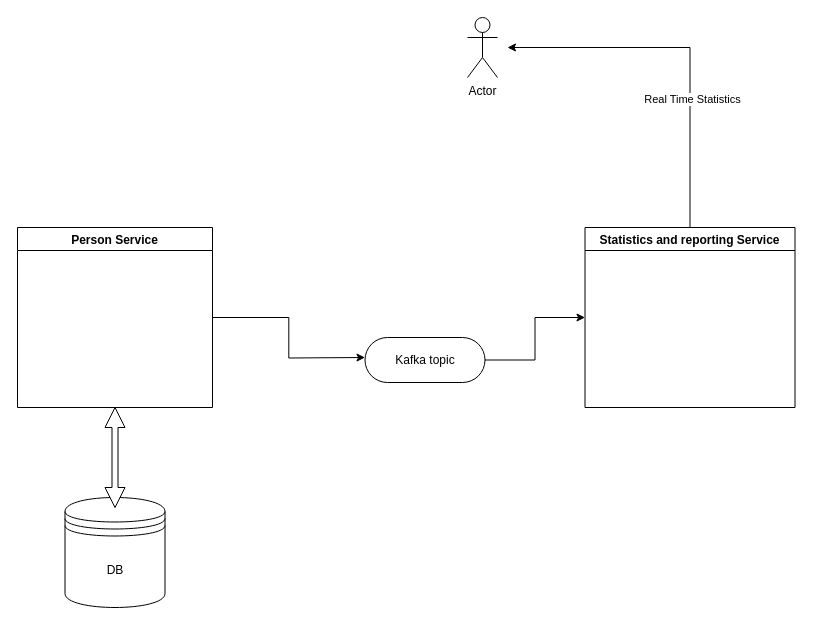
mariankostea/person-service keeps this draw.io diagram as PersonService.drawio. Above is the earlier version. Source tidied: cells renumbered, new cells numbered last; positions are measured from the earlier drawing's top-left corner, leaving out a move shared by most shapes. Both pictures are drawn from the tidied source at 100%, with x=0, y=0 at pixel (17, 17).
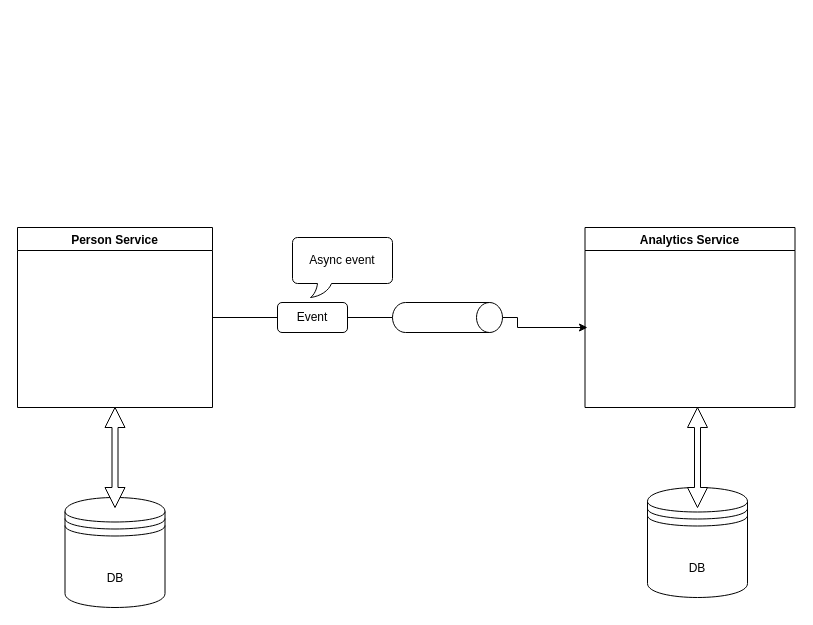
The same page after the edit.

Change to the diagram source:
```diff
@@
 <mxGraphModel>
   <root>
     <mxCell id="0" />
     <mxCell id="1" parent="0" />
-    <mxCell id="2" style="edgeStyle=orthogonalEdgeStyle;rounded=0;jettySize=auto;html=1;exitX=1;exitY=0.5;exitDx=0;exitDy=0;" parent="1" edge="1" source="3">
+    <mxCell id="2" style="edgeStyle=orthogonalEdgeStyle;rounded=0;jettySize=auto;html=1;exitX=1;exitY=0.5;exitDx=0;exitDy=0;startArrow=none;" parent="1" edge="1" source="14">
       <mxGeometry relative="1" as="geometry">
-        <mxPoint x="347.5" y="340" as="targetPoint" />
+        <mxPoint x="570" y="310" as="targetPoint" />
+        <Array as="points">
+          <mxPoint x="500" y="300" />
+          <mxPoint x="500" y="310" />
+        </Array>
       </mxGeometry>
     </mxCell>
     <mxCell id="3" value="Person Service" style="swimlane;startSize=23;" parent="1" vertex="1">
       <mxGeometry y="210" width="195" height="180" as="geometry" />
     </mxCell>
-    <mxCell id="4" value="DB&lt;br&gt;" style="shape=datastore;whiteSpace=wrap;html=1;" parent="1" vertex="1">
+    <mxCell id="4" value="&lt;br&gt;DB" style="shape=datastore;whiteSpace=wrap;html=1;" parent="1" vertex="1">
       <mxGeometry x="47.5" y="480" width="100" height="110" as="geometry" />
     </mxCell>
     <mxCell id="5" style="shape=doubleArrow;whiteSpace=wrap;html=1;rotation=-90;" parent="1" vertex="1">
       <mxGeometry x="47.5" y="430" width="100" height="20" as="geometry" />
     </mxCell>
-    <mxCell id="6" style="edgeStyle=orthogonalEdgeStyle;rounded=0;jettySize=auto;html=1;" parent="1" edge="1" source="8">
-      <mxGeometry relative="1" as="geometry">
-        <mxPoint x="490" y="30" as="targetPoint" />
-        <Array as="points">
-          <mxPoint x="673" y="30" />
-        </Array>
-      </mxGeometry>
-    </mxCell>
-    <mxCell id="7" value="Real Time Statistics" style="edgeLabel;html=1;align=center;verticalAlign=middle;" parent="6" vertex="1">
-      <mxGeometry x="-0.29" y="-1" relative="1" as="geometry">
-        <mxPoint x="1" as="offset" />
-      </mxGeometry>
-    </mxCell>
-    <mxCell id="8" value="Statistics and reporting Service" style="swimlane;" parent="1" vertex="1">
+    <mxCell id="8" value="Analytics Service" style="swimlane;" parent="1" vertex="1">
       <mxGeometry x="567.5" y="210" width="210" height="180" as="geometry" />
     </mxCell>
-    <mxCell id="9" style="edgeStyle=orthogonalEdgeStyle;rounded=0;jettySize=auto;html=1;exitX=1;exitY=0.5;exitDx=0;exitDy=0;entryX=0;entryY=0.5;entryDx=0;entryDy=0;" parent="1" edge="1" source="10" target="8">
-      <mxGeometry relative="1" as="geometry" />
-    </mxCell>
-    <mxCell id="10" value="Kafka topic" style="whiteSpace=wrap;html=1;rounded=1;arcSize=50;align=center;verticalAlign=middle;strokeWidth=1;spacing=4;newEdgeStyle={&quot;edgeStyle&quot;:&quot;entityRelationEdgeStyle&quot;,&quot;startArrow&quot;:&quot;none&quot;,&quot;endArrow&quot;:&quot;none&quot;,&quot;segment&quot;:10,&quot;curved&quot;:1};" parent="1" vertex="1">
-      <mxGeometry x="347.5" y="320" width="120" height="45" as="geometry" />
-    </mxCell>
-    <mxCell id="11" value="Actor" style="shape=umlActor;verticalLabelPosition=bottom;verticalAlign=top;html=1;" parent="1" vertex="1">
-      <mxGeometry x="450" width="30" height="60" as="geometry" />
-    </mxCell>
+    <mxCell id="12" value="&lt;br&gt;DB" style="shape=datastore;whiteSpace=wrap;html=1;" parent="1" vertex="1">
+      <mxGeometry x="630" y="470" width="100" height="110" as="geometry" />
+    </mxCell>
+    <mxCell id="13" style="shape=doubleArrow;whiteSpace=wrap;html=1;rotation=-90;" parent="1" vertex="1">
+      <mxGeometry x="630" y="430" width="100" height="20" as="geometry" />
+    </mxCell>
+    <mxCell id="14" value="Event" style="rounded=1;whiteSpace=wrap;html=1;" parent="1" vertex="1">
+      <mxGeometry x="260" y="285" width="70" height="30" as="geometry" />
+    </mxCell>
+    <mxCell id="15" style="edgeStyle=orthogonalEdgeStyle;rounded=0;jettySize=auto;html=1;exitX=1;exitY=0.5;exitDx=0;exitDy=0;endArrow=none;" parent="1" edge="1" source="3" target="14">
+      <mxGeometry relative="1" as="geometry" />
+    </mxCell>
+    <mxCell id="16" style="shape=cylinder3;whiteSpace=wrap;html=1;boundedLbl=1;backgroundOutline=1;size=13;rotation=90;" parent="1" vertex="1">
+      <mxGeometry x="415" y="245" width="30" height="110" as="geometry" />
+    </mxCell>
+    <mxCell id="17" value="Async event" style="whiteSpace=wrap;html=1;shape=mxgraph.basic.roundRectCallout;dx=32;dy=14;size=5;boundedLbl=1;" parent="1" vertex="1">
+      <mxGeometry x="275" y="220" width="100" height="60" as="geometry" />
+    </mxCell>
   </root>
 </mxGraphModel>
```
